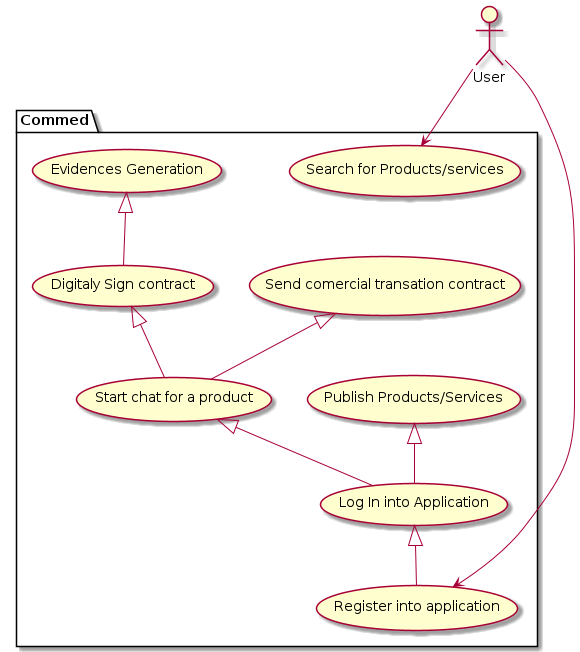
This is 27-oct/use_case_diagram/usecase_diagram.png from commed-it/docs, a PlantUML export, as it was before one commit.
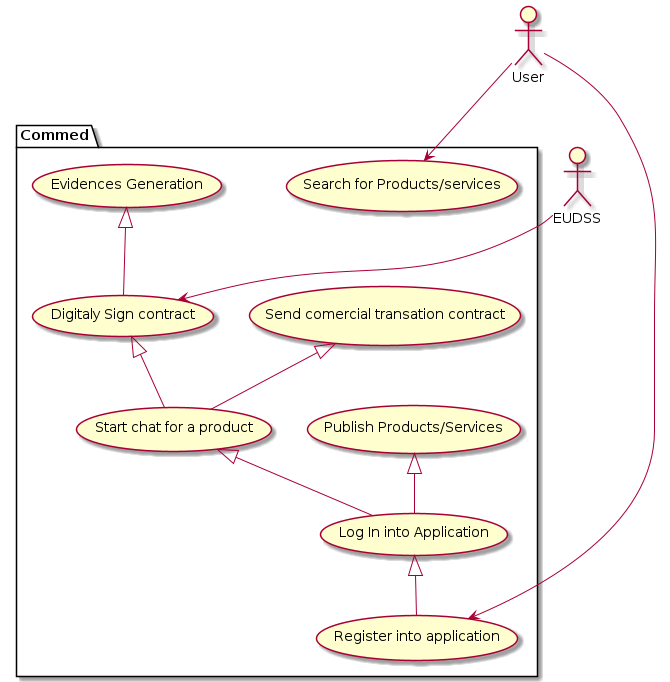
The same file after the commit.

Commit message:
added an example of use case

What changed in the source:
```diff
@@ -13,7 +13,7 @@
 
 
 actor User as u
-
+actor EUDSS as eudss
 
 u --> uc1
 uc2 <|-- uc1
@@ -23,6 +23,7 @@
 uc6 <|-- uc5
 uc8 <|-- uc5
 uc7 <|-- uc8
+eudss --> uc8
 
 
 @enduml
```
